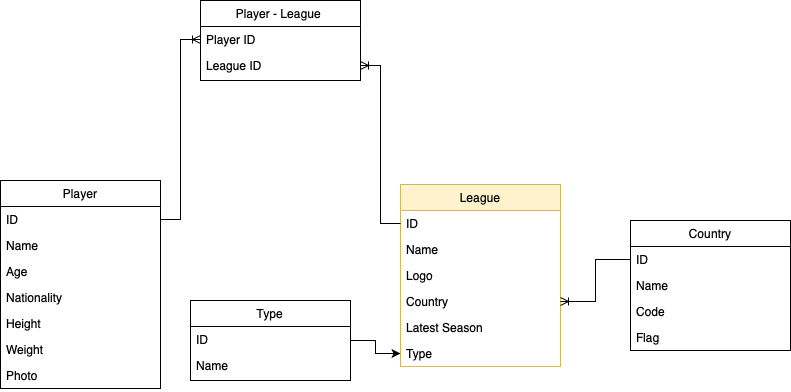
This is app/assets/images/erd1.png from babyghost-ys/football_rails, a draw.io export, as it was before one commit. Source tidied: cells renumbered, new cells last; positions are measured from the earlier drawing's top-left corner, leaving out a move shared by most shapes.
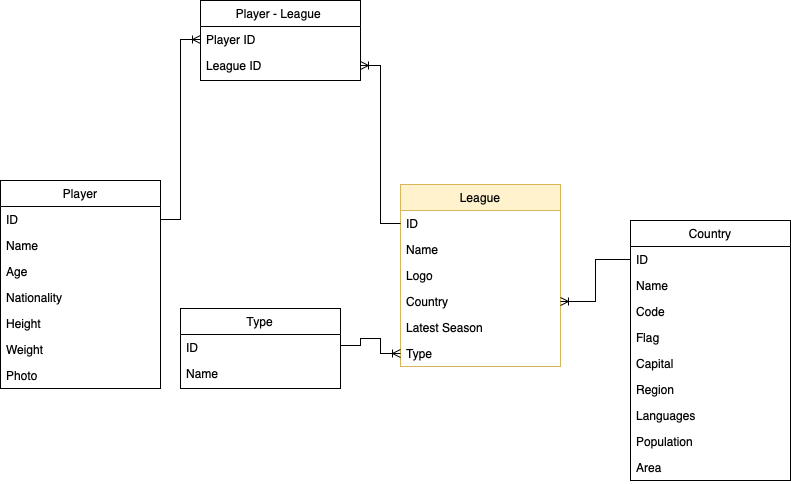
The same diagram one commit later.

Commit message:
Updated the ERD diagram and the page numbers.

The edit, as a diff of the source:
```diff
@@ -24,7 +24,7 @@
       <mxGeometry y="156" width="160" height="26" as="geometry" />
     </mxCell>
     <mxCell id="9" value="Country&#10;" style="swimlane;fontStyle=0;align=center;verticalAlign=top;horizontal=1;startSize=26;rounded=0;shadow=0;strokeWidth=1;" parent="1" vertex="1">
-      <mxGeometry x="630" y="220" width="160" height="130" as="geometry" />
+      <mxGeometry x="630" y="220" width="160" height="260" as="geometry" />
     </mxCell>
     <mxCell id="10" value="ID" style="text;align=left;verticalAlign=top;spacingLeft=4;spacingRight=4;overflow=hidden;points=[[0,0.5],[1,0.5]];portConstraint=eastwest;" parent="9" vertex="1">
       <mxGeometry y="26" width="160" height="26" as="geometry" />
@@ -38,6 +38,21 @@
     <mxCell id="13" value="Flag" style="text;align=left;verticalAlign=top;spacingLeft=4;spacingRight=4;overflow=hidden;rounded=0;shadow=0;html=0;" parent="9" vertex="1">
       <mxGeometry y="104" width="160" height="26" as="geometry" />
     </mxCell>
+    <mxCell id="32" value="Capital" style="text;align=left;verticalAlign=top;spacingLeft=4;spacingRight=4;overflow=hidden;rounded=0;shadow=0;html=0;" parent="9" vertex="1">
+      <mxGeometry y="130" width="160" height="26" as="geometry" />
+    </mxCell>
+    <mxCell id="33" value="Region" style="text;align=left;verticalAlign=top;spacingLeft=4;spacingRight=4;overflow=hidden;rounded=0;shadow=0;html=0;" parent="9" vertex="1">
+      <mxGeometry y="156" width="160" height="26" as="geometry" />
+    </mxCell>
+    <mxCell id="34" value="Languages" style="text;align=left;verticalAlign=top;spacingLeft=4;spacingRight=4;overflow=hidden;rounded=0;shadow=0;html=0;" parent="9" vertex="1">
+      <mxGeometry y="182" width="160" height="26" as="geometry" />
+    </mxCell>
+    <mxCell id="35" value="Population" style="text;align=left;verticalAlign=top;spacingLeft=4;spacingRight=4;overflow=hidden;rounded=0;shadow=0;html=0;" parent="9" vertex="1">
+      <mxGeometry y="208" width="160" height="26" as="geometry" />
+    </mxCell>
+    <mxCell id="36" value="Area" style="text;align=left;verticalAlign=top;spacingLeft=4;spacingRight=4;overflow=hidden;rounded=0;shadow=0;html=0;" parent="9" vertex="1">
+      <mxGeometry y="234" width="160" height="26" as="geometry" />
+    </mxCell>
     <mxCell id="14" style="edgeStyle=orthogonalEdgeStyle;rounded=0;jettySize=auto;html=1;entryX=0;entryY=0.5;entryDx=0;entryDy=0;startArrow=ERoneToMany;startFill=0;endArrow=none;endFill=0;" parent="1" edge="1" source="6" target="10">
       <mxGeometry relative="1" as="geometry" />
     </mxCell>
@@ -80,11 +95,18 @@
     <mxCell id="27" style="edgeStyle=orthogonalEdgeStyle;rounded=0;jettySize=auto;html=1;entryX=1;entryY=0.5;entryDx=0;entryDy=0;startArrow=ERoneToMany;startFill=0;endArrow=none;endFill=0;" parent="1" edge="1" source="24" target="16">
       <mxGeometry relative="1" as="geometry" />
     </mxCell>
-    <mxCell id="28" style="edgeStyle=orthogonalEdgeStyle;rounded=0;jettySize=auto;html=1;entryX=0;entryY=0.5;entryDx=0;entryDy=0;" parent="1" edge="1" source="29" target="8">
-      <mxGeometry relative="1" as="geometry" />
+    <mxCell id="28" style="edgeStyle=orthogonalEdgeStyle;rounded=0;jettySize=auto;html=1;endArrow=ERoneToMany;endFill=0;entryX=0;entryY=0.5;entryDx=0;entryDy=0;" parent="1" edge="1" source="30" target="8">
+      <mxGeometry relative="1" as="geometry">
+        <Array as="points">
+          <mxPoint x="360" y="345" />
+          <mxPoint x="360" y="338" />
+          <mxPoint x="380" y="338" />
+          <mxPoint x="380" y="353" />
+        </Array>
+      </mxGeometry>
     </mxCell>
     <mxCell id="29" value="Type" style="swimlane;fontStyle=0;align=center;verticalAlign=top;horizontal=1;startSize=26;rounded=0;shadow=0;strokeWidth=1;" parent="1" vertex="1">
-      <mxGeometry x="190" y="300" width="160" height="80" as="geometry" />
+      <mxGeometry x="180" y="308" width="160" height="80" as="geometry" />
     </mxCell>
     <mxCell id="30" value="ID" style="text;align=left;verticalAlign=top;spacingLeft=4;spacingRight=4;overflow=hidden;points=[[0,0.5],[1,0.5]];portConstraint=eastwest;" parent="29" vertex="1">
       <mxGeometry y="26" width="160" height="26" as="geometry" />
```
